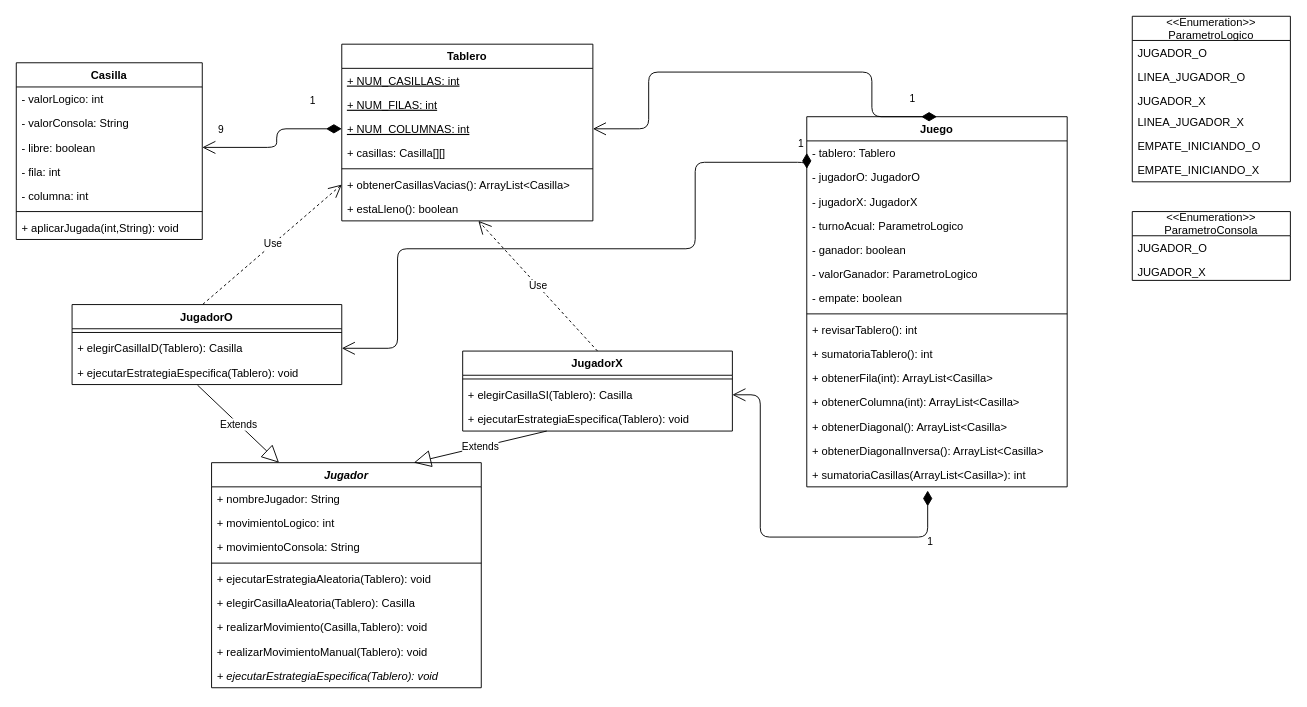
Above: P61/Clase9/DiagramaClasesTresEnRaya.drawio in luismescobarf/clasesCiclo2 (draw.io), before the change. Source tidied: cells renumbered, new cells numbered last; positions are measured from the earlier drawing's top-left corner, leaving out a move shared by most shapes. Both pictures are drawn from the tidied source at 93%, with x=0, y=0 at pixel (16, 16).
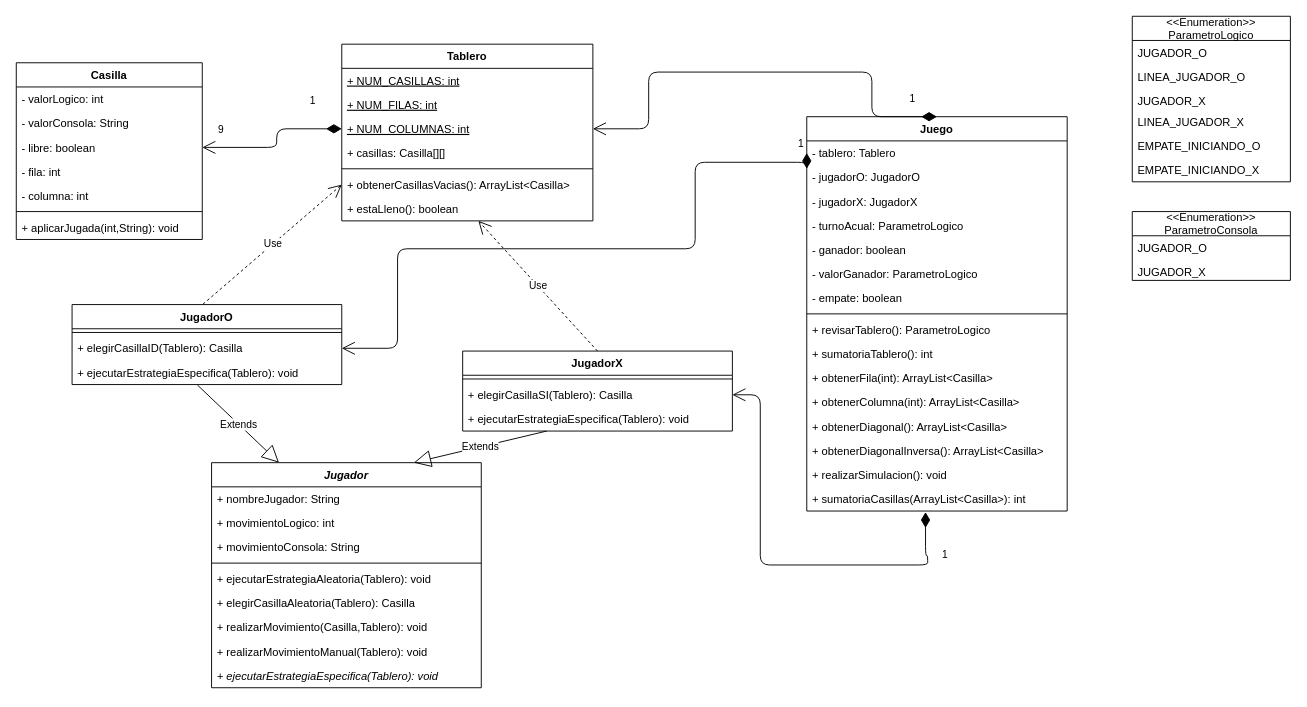
Above is the later version.

Commit message (it also covers changes not shown here):
Simulación Tres En Raya Implementada

The change refers to these unchanged cells:
```xml
<mxCell id="22" value="+ elegirCasillaSI(Tablero): Casilla" style="text;strokeColor=none;fillColor=none;align=left;verticalAlign=top;spacingLeft=4;spacingRight=4;overflow=hidden;points=[[0,0.5],[1,0.5]];portConstraint=eastwest;" parent="20" vertex="1">
  <mxGeometry y="34" width="290" height="26" as="geometry" />
</mxCell>
```

Diff of the diagram source:
```diff
@@
     <mxCell id="42" value="Juego" style="swimlane;fontStyle=1;align=center;verticalAlign=top;horizontal=1;startSize=26;" parent="1" vertex="1">
-      <mxGeometry x="850" y="108" width="280" height="398" as="geometry" />
+      <mxGeometry x="850" y="108" width="280" height="424" as="geometry" />
     </mxCell>
@@
-    <mxCell id="51" value="+ revisarTablero(): int" style="text;strokeColor=none;fillColor=none;align=left;verticalAlign=top;spacingLeft=4;spacingRight=4;overflow=hidden;" parent="42" vertex="1">
+    <mxCell id="51" value="+ revisarTablero(): ParametroLogico" style="text;strokeColor=none;fillColor=none;align=left;verticalAlign=top;spacingLeft=4;spacingRight=4;overflow=hidden;" parent="42" vertex="1">
       <mxGeometry y="216" width="280" height="26" as="geometry" />
     </mxCell>
@@
+    <mxCell id="71" value="+ realizarSimulacion(): void" style="text;strokeColor=none;fillColor=none;align=left;verticalAlign=top;spacingLeft=4;spacingRight=4;overflow=hidden;" parent="42" vertex="1">
+      <mxGeometry y="372" width="280" height="26" as="geometry" />
+    </mxCell>
     <mxCell id="57" value="+ sumatoriaCasillas(ArrayList&lt;Casilla&gt;): int" style="text;strokeColor=none;fillColor=none;align=left;verticalAlign=top;spacingLeft=4;spacingRight=4;overflow=hidden;points=[[0,0.5],[1,0.5]];portConstraint=eastwest;" parent="42" vertex="1">
-      <mxGeometry y="372" width="280" height="26" as="geometry" />
+      <mxGeometry y="398" width="280" height="26" as="geometry" />
     </mxCell>
@@
-    <mxCell id="59" value="1" style="endArrow=open;html=1;endSize=12;startArrow=diamondThin;startSize=14;startFill=1;edgeStyle=orthogonalEdgeStyle;align=left;verticalAlign=bottom;entryX=1;entryY=0.5;entryDx=0;entryDy=0;" parent="1" edge="1" target="22">
+    <mxCell id="59" value="1" style="endArrow=open;html=1;endSize=12;startArrow=diamondThin;startSize=14;startFill=1;edgeStyle=orthogonalEdgeStyle;align=left;verticalAlign=bottom;entryX=1;entryY=0.5;entryDx=0;entryDy=0;exitX=0.456;exitY=1.045;exitDx=0;exitDy=0;exitPerimeter=0;" parent="1" edge="1" source="57" target="22">
       <mxGeometry x="-0.75" y="14" relative="1" as="geometry">
-        <mxPoint x="980" y="510" as="sourcePoint" />
         <Array as="points">
-          <mxPoint x="980" y="560" />
-          <mxPoint x="800" y="560" />
+          <mxPoint x="978" y="580" />
+          <mxPoint x="980" y="580" />
+          <mxPoint x="980" y="590" />
+          <mxPoint x="800" y="590" />
           <mxPoint x="800" y="407" />
         </Array>
       </mxGeometry>
     </mxCell>
```
